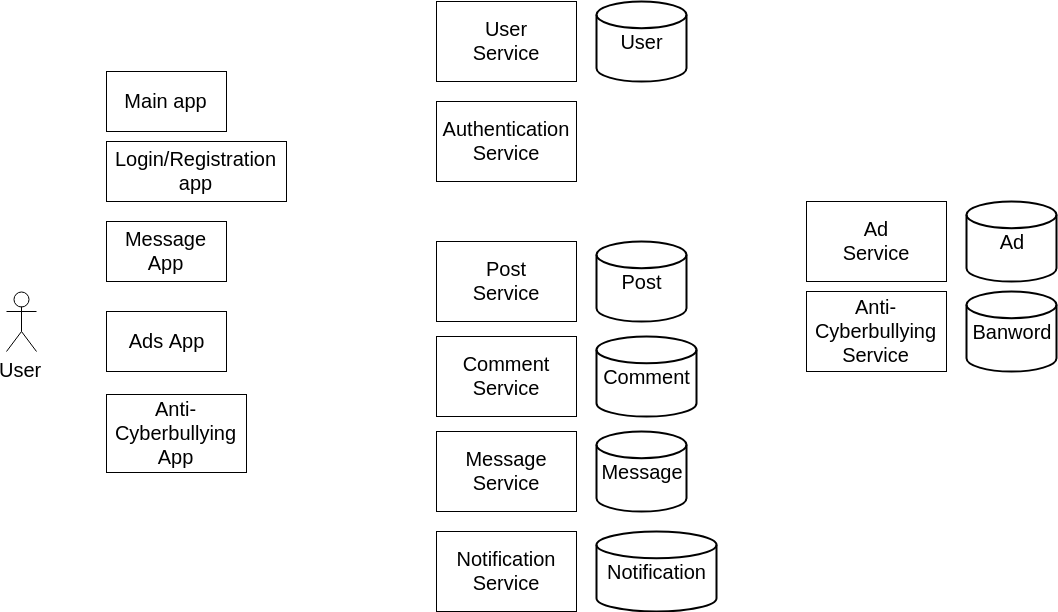
ZhongXiLu/DistributedComputing keeps this draw.io diagram as Asssignment 1/DC.png. Above is the earlier version. Source tidied: cells renumbered, new cells last; positions are measured from the earlier drawing's top-left corner, leaving out a move shared by most shapes. Its diagram source:
```xml
<mxGraphModel>
  <root>
    <mxCell id="0" />
    <mxCell id="1" parent="0" />
    <mxCell id="2" value="&lt;font style=&quot;font-size: 20px&quot;&gt;User&lt;/font&gt;" style="shape=umlActor;verticalLabelPosition=bottom;labelBackgroundColor=#ffffff;verticalAlign=top;html=1;" parent="1" vertex="1">
      <mxGeometry y="290" width="30" height="60" as="geometry" />
    </mxCell>
    <mxCell id="3" style="group;" parent="1" vertex="1">
      <mxGeometry x="430" width="250" height="80" as="geometry" />
    </mxCell>
    <mxCell id="4" value="&lt;font style=&quot;font-size: 20px&quot;&gt;User&lt;br&gt;Service&lt;/font&gt;&lt;br&gt;" style="rounded=0;whiteSpace=wrap;html=1;" parent="3" vertex="1">
      <mxGeometry width="140" height="80" as="geometry" />
    </mxCell>
    <mxCell id="5" value="&lt;font style=&quot;font-size: 20px&quot;&gt;User&lt;/font&gt;" style="strokeWidth=2;html=1;shape=mxgraph.flowchart.database;whiteSpace=wrap;" parent="3" vertex="1">
      <mxGeometry x="160" width="90" height="80" as="geometry" />
    </mxCell>
    <mxCell id="6" style="group;" parent="1" vertex="1">
      <mxGeometry x="430" y="240" width="250" height="80" as="geometry" />
    </mxCell>
    <mxCell id="7" value="&lt;font style=&quot;font-size: 20px&quot;&gt;Post&lt;br&gt;Service&lt;/font&gt;&lt;br&gt;" style="rounded=0;whiteSpace=wrap;html=1;" parent="6" vertex="1">
      <mxGeometry width="140" height="80" as="geometry" />
    </mxCell>
    <mxCell id="8" value="&lt;font style=&quot;font-size: 20px&quot;&gt;Post&lt;/font&gt;" style="strokeWidth=2;html=1;shape=mxgraph.flowchart.database;whiteSpace=wrap;" parent="6" vertex="1">
      <mxGeometry x="160" width="90" height="80" as="geometry" />
    </mxCell>
    <mxCell id="9" style="group;" parent="1" vertex="1">
      <mxGeometry x="430" y="430" width="250" height="80" as="geometry" />
    </mxCell>
    <mxCell id="10" value="&lt;font style=&quot;font-size: 20px&quot;&gt;Message&lt;br&gt;Service&lt;/font&gt;&lt;br&gt;" style="rounded=0;whiteSpace=wrap;html=1;" parent="9" vertex="1">
      <mxGeometry width="140" height="80" as="geometry" />
    </mxCell>
    <mxCell id="11" value="&lt;font style=&quot;font-size: 20px&quot;&gt;Message&lt;/font&gt;" style="strokeWidth=2;html=1;shape=mxgraph.flowchart.database;whiteSpace=wrap;" parent="9" vertex="1">
      <mxGeometry x="160" width="90" height="80" as="geometry" />
    </mxCell>
    <mxCell id="12" style="group;" parent="1" vertex="1">
      <mxGeometry x="430" y="530" width="280" height="80" as="geometry" />
    </mxCell>
    <mxCell id="13" value="&lt;font style=&quot;font-size: 20px&quot;&gt;Notification&lt;br&gt;Service&lt;/font&gt;&lt;br&gt;" style="rounded=0;whiteSpace=wrap;html=1;" parent="12" vertex="1">
      <mxGeometry width="140" height="80" as="geometry" />
    </mxCell>
    <mxCell id="14" value="&lt;font style=&quot;font-size: 20px&quot;&gt;Notification&lt;/font&gt;" style="strokeWidth=2;html=1;shape=mxgraph.flowchart.database;whiteSpace=wrap;" parent="12" vertex="1">
      <mxGeometry x="160" width="120" height="80" as="geometry" />
    </mxCell>
    <mxCell id="15" style="group;" parent="1" vertex="1">
      <mxGeometry x="800" y="200" width="250" height="80" as="geometry" />
    </mxCell>
    <mxCell id="16" value="&lt;font style=&quot;font-size: 20px&quot;&gt;Ad&lt;br&gt;Service&lt;/font&gt;&lt;br&gt;" style="rounded=0;whiteSpace=wrap;html=1;" parent="15" vertex="1">
      <mxGeometry width="140" height="80" as="geometry" />
    </mxCell>
    <mxCell id="17" value="&lt;font style=&quot;font-size: 20px&quot;&gt;Ad&lt;/font&gt;" style="strokeWidth=2;html=1;shape=mxgraph.flowchart.database;whiteSpace=wrap;" parent="15" vertex="1">
      <mxGeometry x="160" width="90" height="80" as="geometry" />
    </mxCell>
    <mxCell id="18" style="group;" parent="1" vertex="1">
      <mxGeometry x="800" y="290" width="250" height="80" as="geometry" />
    </mxCell>
    <mxCell id="19" value="&lt;font style=&quot;font-size: 20px&quot;&gt;Anti-Cyberbullying&lt;br&gt;Service&lt;/font&gt;&lt;br&gt;" style="rounded=0;whiteSpace=wrap;html=1;" parent="18" vertex="1">
      <mxGeometry width="140" height="80" as="geometry" />
    </mxCell>
    <mxCell id="20" value="&lt;font style=&quot;font-size: 20px&quot;&gt;Banword&lt;/font&gt;" style="strokeWidth=2;html=1;shape=mxgraph.flowchart.database;whiteSpace=wrap;" parent="18" vertex="1">
      <mxGeometry x="160" width="90" height="80" as="geometry" />
    </mxCell>
    <mxCell id="21" style="group;" parent="1" vertex="1">
      <mxGeometry x="430" y="335" width="260" height="80" as="geometry" />
    </mxCell>
    <mxCell id="22" value="&lt;font style=&quot;font-size: 20px&quot;&gt;Comment&lt;br&gt;Service&lt;/font&gt;&lt;br&gt;" style="rounded=0;whiteSpace=wrap;html=1;" parent="21" vertex="1">
      <mxGeometry width="140" height="80" as="geometry" />
    </mxCell>
    <mxCell id="23" value="&lt;font style=&quot;font-size: 20px&quot;&gt;Comment&lt;/font&gt;" style="strokeWidth=2;html=1;shape=mxgraph.flowchart.database;whiteSpace=wrap;" parent="21" vertex="1">
      <mxGeometry x="160" width="100" height="80" as="geometry" />
    </mxCell>
    <mxCell id="24" value="&lt;font style=&quot;font-size: 20px&quot;&gt;Authentication&lt;br&gt;Service&lt;/font&gt;&lt;br&gt;" style="rounded=0;whiteSpace=wrap;html=1;" parent="1" vertex="1">
      <mxGeometry x="430" y="100" width="140" height="80" as="geometry" />
    </mxCell>
    <mxCell id="25" value="&lt;font style=&quot;font-size: 20px&quot;&gt;Login/Registration app&lt;/font&gt;" style="rounded=0;whiteSpace=wrap;html=1;" parent="1" vertex="1">
      <mxGeometry x="100" y="140" width="180" height="60" as="geometry" />
    </mxCell>
    <mxCell id="26" value="&lt;font style=&quot;font-size: 20px&quot;&gt;Message App&lt;/font&gt;" style="rounded=0;whiteSpace=wrap;html=1;" parent="1" vertex="1">
      <mxGeometry x="100" y="220" width="120" height="60" as="geometry" />
    </mxCell>
    <mxCell id="27" value="&lt;font style=&quot;font-size: 20px&quot;&gt;Ads App&lt;/font&gt;" style="rounded=0;whiteSpace=wrap;html=1;" parent="1" vertex="1">
      <mxGeometry x="100" y="310" width="120" height="60" as="geometry" />
    </mxCell>
    <mxCell id="28" value="&lt;font style=&quot;font-size: 20px&quot;&gt;Anti-Cyberbullying App&lt;/font&gt;" style="rounded=0;whiteSpace=wrap;html=1;" parent="1" vertex="1">
      <mxGeometry x="100" y="393" width="140" height="78" as="geometry" />
    </mxCell>
    <mxCell id="29" value="&lt;font style=&quot;font-size: 20px&quot;&gt;Main app&lt;/font&gt;" style="rounded=0;whiteSpace=wrap;html=1;" parent="1" vertex="1">
      <mxGeometry x="100" y="70" width="120" height="60" as="geometry" />
    </mxCell>
  </root>
</mxGraphModel>
```
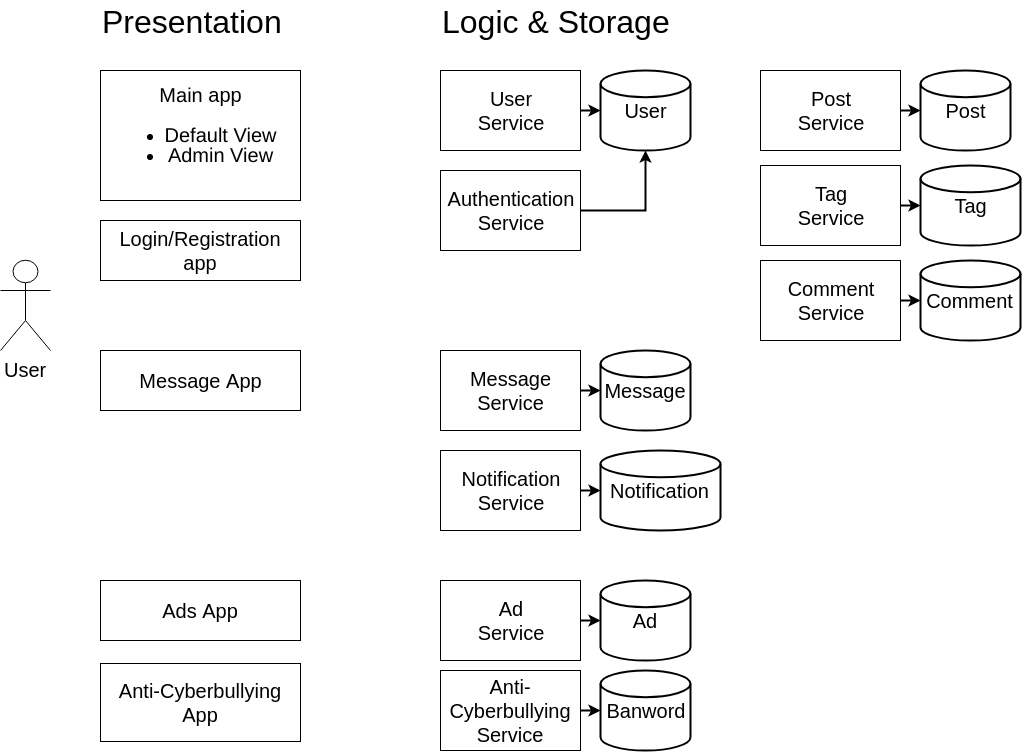
Later version of the same file.

Commit message:
Added Tag service + updated architecture diagram

Diff of the diagram source:
```diff
@@ -3,11 +3,14 @@
     <mxCell id="0" />
     <mxCell id="1" parent="0" />
     <mxCell id="2" value="&lt;font style=&quot;font-size: 20px&quot;&gt;User&lt;/font&gt;" style="shape=umlActor;verticalLabelPosition=bottom;labelBackgroundColor=#ffffff;verticalAlign=top;html=1;" parent="1" vertex="1">
-      <mxGeometry y="290" width="30" height="60" as="geometry" />
+      <mxGeometry y="260" width="50" height="90" as="geometry" />
     </mxCell>
     <mxCell id="3" style="group;" parent="1" vertex="1">
-      <mxGeometry x="430" width="250" height="80" as="geometry" />
+      <mxGeometry x="440" y="70" width="250" height="80" as="geometry" />
     </mxCell>
+    <mxCell id="30" style="edgeStyle=orthogonalEdgeStyle;rounded=0;jettySize=auto;html=1;exitX=1;exitY=0.5;exitDx=0;exitDy=0;entryX=0;entryY=0.5;entryDx=0;entryDy=0;entryPerimeter=0;strokeWidth=2;" parent="3" edge="1" source="4" target="5">
+      <mxGeometry relative="1" as="geometry" />
+    </mxCell>
     <mxCell id="4" value="&lt;font style=&quot;font-size: 20px&quot;&gt;User&lt;br&gt;Service&lt;/font&gt;&lt;br&gt;" style="rounded=0;whiteSpace=wrap;html=1;" parent="3" vertex="1">
       <mxGeometry width="140" height="80" as="geometry" />
     </mxCell>
@@ -15,8 +18,11 @@
       <mxGeometry x="160" width="90" height="80" as="geometry" />
     </mxCell>
     <mxCell id="6" style="group;" parent="1" vertex="1">
-      <mxGeometry x="430" y="240" width="250" height="80" as="geometry" />
+      <mxGeometry x="760" y="70" width="250" height="80" as="geometry" />
     </mxCell>
+    <mxCell id="31" style="edgeStyle=orthogonalEdgeStyle;rounded=0;jettySize=auto;html=1;exitX=1;exitY=0.5;exitDx=0;exitDy=0;entryX=0;entryY=0.5;entryDx=0;entryDy=0;entryPerimeter=0;strokeWidth=2;" parent="6" edge="1" source="7" target="8">
+      <mxGeometry relative="1" as="geometry" />
+    </mxCell>
     <mxCell id="7" value="&lt;font style=&quot;font-size: 20px&quot;&gt;Post&lt;br&gt;Service&lt;/font&gt;&lt;br&gt;" style="rounded=0;whiteSpace=wrap;html=1;" parent="6" vertex="1">
       <mxGeometry width="140" height="80" as="geometry" />
     </mxCell>
@@ -24,7 +30,7 @@
       <mxGeometry x="160" width="90" height="80" as="geometry" />
     </mxCell>
     <mxCell id="9" style="group;" parent="1" vertex="1">
-      <mxGeometry x="430" y="430" width="250" height="80" as="geometry" />
+      <mxGeometry x="440" y="350" width="250" height="80" as="geometry" />
     </mxCell>
     <mxCell id="10" value="&lt;font style=&quot;font-size: 20px&quot;&gt;Message&lt;br&gt;Service&lt;/font&gt;&lt;br&gt;" style="rounded=0;whiteSpace=wrap;html=1;" parent="9" vertex="1">
       <mxGeometry width="140" height="80" as="geometry" />
@@ -33,8 +39,11 @@
       <mxGeometry x="160" width="90" height="80" as="geometry" />
     </mxCell>
     <mxCell id="12" style="group;" parent="1" vertex="1">
-      <mxGeometry x="430" y="530" width="280" height="80" as="geometry" />
+      <mxGeometry x="440" y="450" width="280" height="80" as="geometry" />
     </mxCell>
+    <mxCell id="32" style="edgeStyle=orthogonalEdgeStyle;rounded=0;jettySize=auto;html=1;exitX=1;exitY=0.5;exitDx=0;exitDy=0;entryX=0;entryY=0.5;entryDx=0;entryDy=0;entryPerimeter=0;strokeWidth=2;" parent="12" edge="1" source="13" target="14">
+      <mxGeometry relative="1" as="geometry" />
+    </mxCell>
     <mxCell id="13" value="&lt;font style=&quot;font-size: 20px&quot;&gt;Notification&lt;br&gt;Service&lt;/font&gt;&lt;br&gt;" style="rounded=0;whiteSpace=wrap;html=1;" parent="12" vertex="1">
       <mxGeometry width="140" height="80" as="geometry" />
     </mxCell>
@@ -42,8 +51,11 @@
       <mxGeometry x="160" width="120" height="80" as="geometry" />
     </mxCell>
     <mxCell id="15" style="group;" parent="1" vertex="1">
-      <mxGeometry x="800" y="200" width="250" height="80" as="geometry" />
+      <mxGeometry x="440" y="580" width="250" height="80" as="geometry" />
     </mxCell>
+    <mxCell id="33" style="edgeStyle=orthogonalEdgeStyle;rounded=0;jettySize=auto;html=1;exitX=1;exitY=0.5;exitDx=0;exitDy=0;entryX=0;entryY=0.5;entryDx=0;entryDy=0;entryPerimeter=0;strokeWidth=2;" parent="15" edge="1" source="16" target="17">
+      <mxGeometry relative="1" as="geometry" />
+    </mxCell>
     <mxCell id="16" value="&lt;font style=&quot;font-size: 20px&quot;&gt;Ad&lt;br&gt;Service&lt;/font&gt;&lt;br&gt;" style="rounded=0;whiteSpace=wrap;html=1;" parent="15" vertex="1">
       <mxGeometry width="140" height="80" as="geometry" />
     </mxCell>
@@ -51,7 +63,7 @@
       <mxGeometry x="160" width="90" height="80" as="geometry" />
     </mxCell>
     <mxCell id="18" style="group;" parent="1" vertex="1">
-      <mxGeometry x="800" y="290" width="250" height="80" as="geometry" />
+      <mxGeometry x="440" y="670" width="250" height="80" as="geometry" />
     </mxCell>
     <mxCell id="19" value="&lt;font style=&quot;font-size: 20px&quot;&gt;Anti-Cyberbullying&lt;br&gt;Service&lt;/font&gt;&lt;br&gt;" style="rounded=0;whiteSpace=wrap;html=1;" parent="18" vertex="1">
       <mxGeometry width="140" height="80" as="geometry" />
@@ -60,31 +72,69 @@
       <mxGeometry x="160" width="90" height="80" as="geometry" />
     </mxCell>
     <mxCell id="21" style="group;" parent="1" vertex="1">
-      <mxGeometry x="430" y="335" width="260" height="80" as="geometry" />
+      <mxGeometry x="760" y="165" width="260" height="80" as="geometry" />
     </mxCell>
-    <mxCell id="22" value="&lt;font style=&quot;font-size: 20px&quot;&gt;Comment&lt;br&gt;Service&lt;/font&gt;&lt;br&gt;" style="rounded=0;whiteSpace=wrap;html=1;" parent="21" vertex="1">
+    <mxCell id="22" value="&lt;font style=&quot;font-size: 20px&quot;&gt;Tag&lt;br&gt;Service&lt;/font&gt;&lt;br&gt;" style="rounded=0;whiteSpace=wrap;html=1;" parent="21" vertex="1">
       <mxGeometry width="140" height="80" as="geometry" />
     </mxCell>
-    <mxCell id="23" value="&lt;font style=&quot;font-size: 20px&quot;&gt;Comment&lt;/font&gt;" style="strokeWidth=2;html=1;shape=mxgraph.flowchart.database;whiteSpace=wrap;" parent="21" vertex="1">
+    <mxCell id="23" value="&lt;font style=&quot;font-size: 20px&quot;&gt;Tag&lt;/font&gt;" style="strokeWidth=2;html=1;shape=mxgraph.flowchart.database;whiteSpace=wrap;" parent="21" vertex="1">
       <mxGeometry x="160" width="100" height="80" as="geometry" />
     </mxCell>
+    <mxCell id="34" style="edgeStyle=orthogonalEdgeStyle;rounded=0;jettySize=auto;html=1;exitX=1;exitY=0.5;exitDx=0;exitDy=0;entryX=0.5;entryY=1;entryDx=0;entryDy=0;entryPerimeter=0;strokeWidth=2;" parent="1" edge="1" source="24" target="5">
+      <mxGeometry relative="1" as="geometry" />
+    </mxCell>
     <mxCell id="24" value="&lt;font style=&quot;font-size: 20px&quot;&gt;Authentication&lt;br&gt;Service&lt;/font&gt;&lt;br&gt;" style="rounded=0;whiteSpace=wrap;html=1;" parent="1" vertex="1">
-      <mxGeometry x="430" y="100" width="140" height="80" as="geometry" />
+      <mxGeometry x="440" y="170" width="140" height="80" as="geometry" />
     </mxCell>
     <mxCell id="25" value="&lt;font style=&quot;font-size: 20px&quot;&gt;Login/Registration app&lt;/font&gt;" style="rounded=0;whiteSpace=wrap;html=1;" parent="1" vertex="1">
-      <mxGeometry x="100" y="140" width="180" height="60" as="geometry" />
+      <mxGeometry x="100" y="220" width="200" height="60" as="geometry" />
     </mxCell>
     <mxCell id="26" value="&lt;font style=&quot;font-size: 20px&quot;&gt;Message App&lt;/font&gt;" style="rounded=0;whiteSpace=wrap;html=1;" parent="1" vertex="1">
-      <mxGeometry x="100" y="220" width="120" height="60" as="geometry" />
+      <mxGeometry x="100" y="350" width="200" height="60" as="geometry" />
     </mxCell>
     <mxCell id="27" value="&lt;font style=&quot;font-size: 20px&quot;&gt;Ads App&lt;/font&gt;" style="rounded=0;whiteSpace=wrap;html=1;" parent="1" vertex="1">
-      <mxGeometry x="100" y="310" width="120" height="60" as="geometry" />
+      <mxGeometry x="100" y="580" width="200" height="60" as="geometry" />
     </mxCell>
     <mxCell id="28" value="&lt;font style=&quot;font-size: 20px&quot;&gt;Anti-Cyberbullying App&lt;/font&gt;" style="rounded=0;whiteSpace=wrap;html=1;" parent="1" vertex="1">
-      <mxGeometry x="100" y="393" width="140" height="78" as="geometry" />
+      <mxGeometry x="100" y="663" width="200" height="78" as="geometry" />
     </mxCell>
-    <mxCell id="29" value="&lt;font style=&quot;font-size: 20px&quot;&gt;Main app&lt;/font&gt;" style="rounded=0;whiteSpace=wrap;html=1;" parent="1" vertex="1">
-      <mxGeometry x="100" y="70" width="120" height="60" as="geometry" />
+    <mxCell id="29" value="&lt;font style=&quot;font-size: 20px ; line-height: 100%&quot;&gt;Main app&lt;br&gt;&lt;ul&gt;&lt;li&gt;&lt;font style=&quot;font-size: 20px&quot;&gt;Default View&lt;/font&gt;&lt;/li&gt;&lt;li&gt;Admin View&lt;/li&gt;&lt;/ul&gt;&lt;/font&gt;" style="rounded=0;whiteSpace=wrap;html=1;" parent="1" vertex="1">
+      <mxGeometry x="100" y="70" width="200" height="130" as="geometry" />
     </mxCell>
+    <mxCell id="35" value="&lt;font style=&quot;font-size: 32px&quot;&gt;Presentation&lt;/font&gt;" style="text;html=1;align=left;verticalAlign=top;spacingTop=-4;" parent="1" vertex="1">
+      <mxGeometry x="100" width="200" height="20" as="geometry" />
+    </mxCell>
+    <mxCell id="36" value="&lt;font style=&quot;font-size: 32px&quot;&gt;Logic &amp;amp; Storage&lt;/font&gt;" style="text;html=1;align=left;verticalAlign=top;spacingTop=-4;" parent="1" vertex="1">
+      <mxGeometry x="440" width="240" height="20" as="geometry" />
+    </mxCell>
+    <mxCell id="37" style="group;" parent="1" vertex="1">
+      <mxGeometry x="760" y="260" width="260" height="80" as="geometry" />
+    </mxCell>
+    <mxCell id="38" value="&lt;font style=&quot;font-size: 20px&quot;&gt;Comment&lt;br&gt;Service&lt;/font&gt;&lt;br&gt;" style="rounded=0;whiteSpace=wrap;html=1;" parent="37" vertex="1">
+      <mxGeometry width="140" height="80" as="geometry" />
+    </mxCell>
+    <mxCell id="39" value="&lt;font style=&quot;font-size: 20px&quot;&gt;Comment&lt;/font&gt;" style="strokeWidth=2;html=1;shape=mxgraph.flowchart.database;whiteSpace=wrap;" parent="37" vertex="1">
+      <mxGeometry x="160" width="100" height="80" as="geometry" />
+    </mxCell>
+    <mxCell id="40" style="edgeStyle=orthogonalEdgeStyle;rounded=0;jettySize=auto;html=1;exitX=1;exitY=0.5;exitDx=0;exitDy=0;strokeWidth=2;" parent="1" edge="1" source="38">
+      <mxGeometry relative="1" as="geometry">
+        <mxPoint x="920.3" y="300.3" as="targetPoint" />
+      </mxGeometry>
+    </mxCell>
+    <mxCell id="41" style="edgeStyle=orthogonalEdgeStyle;rounded=0;jettySize=auto;html=1;exitX=1;exitY=0.5;exitDx=0;exitDy=0;strokeWidth=2;" parent="1" edge="1" source="10">
+      <mxGeometry relative="1" as="geometry">
+        <mxPoint x="600.3" y="389.7" as="targetPoint" />
+      </mxGeometry>
+    </mxCell>
+    <mxCell id="42" style="edgeStyle=orthogonalEdgeStyle;rounded=0;jettySize=auto;html=1;exitX=1;exitY=0.5;exitDx=0;exitDy=0;strokeWidth=2;" parent="1" edge="1" source="19">
+      <mxGeometry relative="1" as="geometry">
+        <mxPoint x="600.3" y="709.7" as="targetPoint" />
+      </mxGeometry>
+    </mxCell>
+    <mxCell id="43" style="edgeStyle=orthogonalEdgeStyle;rounded=0;jettySize=auto;html=1;exitX=1;exitY=0.5;exitDx=0;exitDy=0;strokeWidth=2;" parent="1" edge="1" source="22">
+      <mxGeometry relative="1" as="geometry">
+        <mxPoint x="920" y="205" as="targetPoint" />
+      </mxGeometry>
+    </mxCell>
   </root>
 </mxGraphModel>
```
